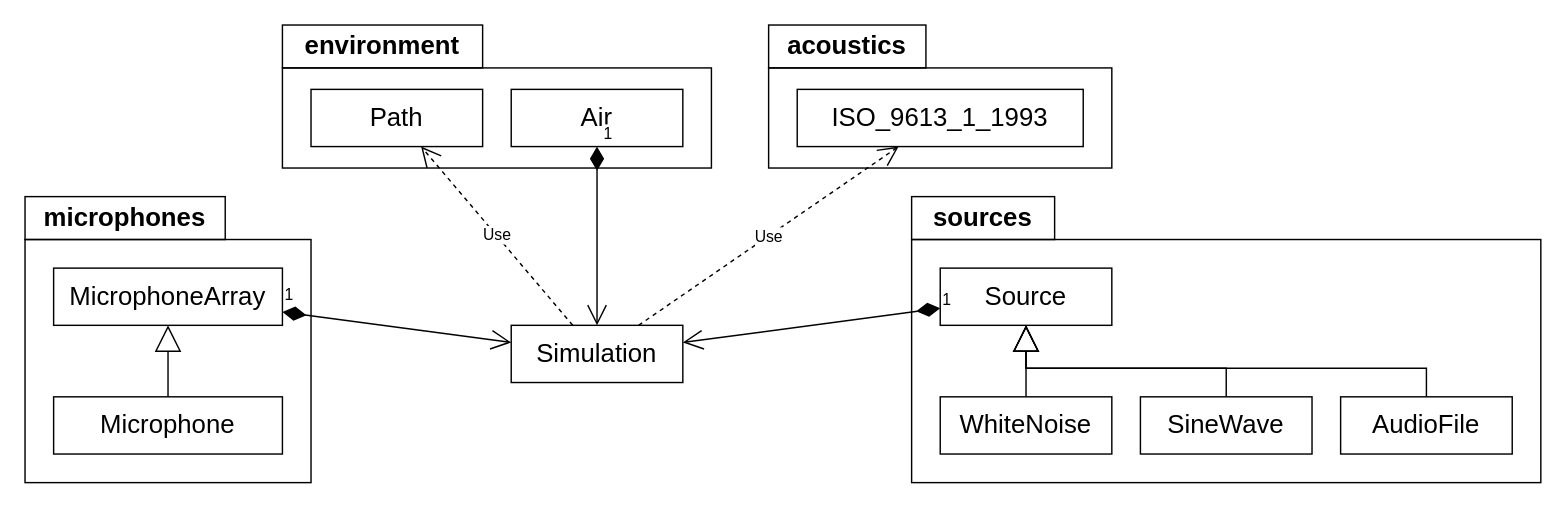
The draw.io diagram page "Copy of sim_diagram" (5 of 8) of docs/_static/Images.drawio in vlsi-nanocomputing/dynamic-sound, before the edit. Source tidied: cells renumbered, new cells numbered last; positions are measured from the earlier drawing's top-left corner, leaving out a move shared by most shapes. Both pictures are drawn from the tidied source at 143%, with x=0, y=0 at pixel (24, 24).
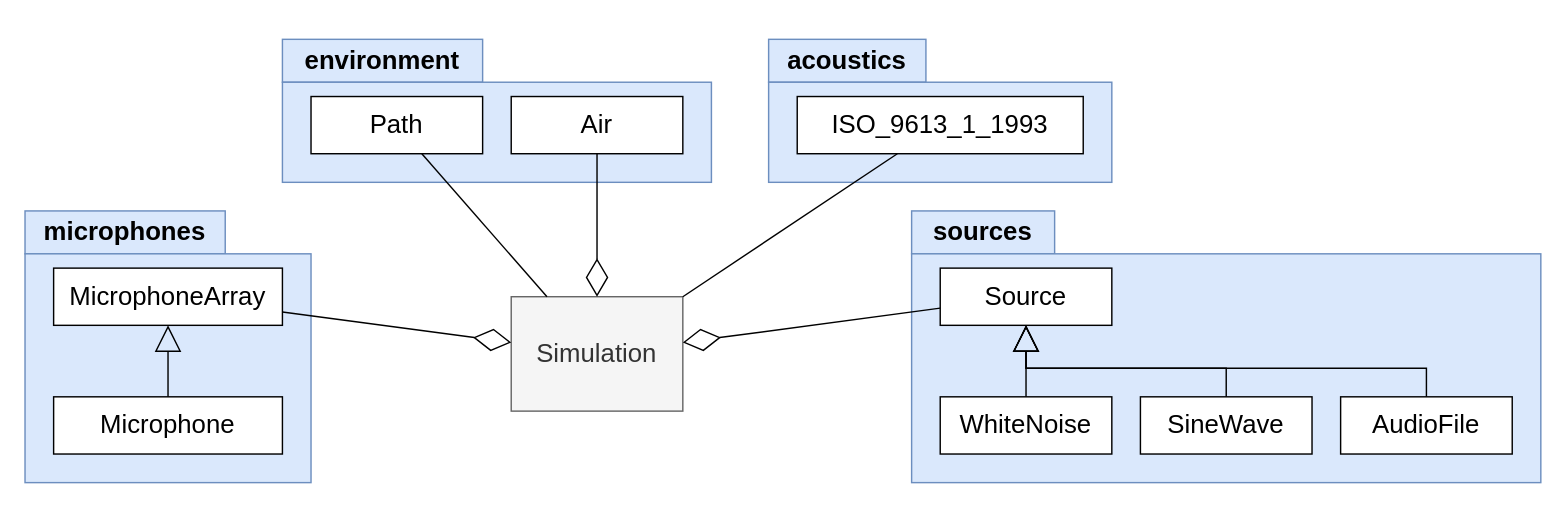
Above is the later version.

The change refers to these unchanged cells:
```xml
<mxCell id="13" value="Source" style="rounded=0;whiteSpace=wrap;html=1;fontSize=18;fontStyle=0;" parent="1" vertex="1">
  <mxGeometry x="640" y="170" width="120" height="40" as="geometry" />
</mxCell>
<mxCell id="19" value="MicrophoneArray" style="rounded=0;whiteSpace=wrap;html=1;fontSize=18;fontStyle=0;" parent="1" vertex="1">
  <mxGeometry x="20" y="170" width="160" height="40" as="geometry" />
</mxCell>
```

The edit, as a diff of the source:
```diff
@@
-    <mxCell id="2" value="environment" style="rounded=0;whiteSpace=wrap;html=1;fontSize=18;fontStyle=1;" parent="1" vertex="1">
-      <mxGeometry x="180" width="140" height="30" as="geometry" />
+    <mxCell id="2" value="environment" style="rounded=0;whiteSpace=wrap;html=1;fontSize=18;fontStyle=1;fillColor=#dae8fc;strokeColor=#6c8ebf;" parent="1" vertex="1">
+      <mxGeometry x="180" y="10" width="140" height="30" as="geometry" />
     </mxCell>
-    <mxCell id="3" style="rounded=0;whiteSpace=wrap;html=1;fontSize=18;fontStyle=1;fillColor=none;" parent="1" vertex="1">
-      <mxGeometry x="180" y="30" width="300" height="70" as="geometry" />
+    <mxCell id="3" style="rounded=0;whiteSpace=wrap;html=1;fontSize=18;fontStyle=1;fillColor=#dae8fc;strokeColor=#6c8ebf;" parent="1" vertex="1">
+      <mxGeometry x="180" y="40" width="300" height="70" as="geometry" />
     </mxCell>
-    <mxCell id="4" value="acoustics" style="rounded=0;whiteSpace=wrap;html=1;fontSize=18;fontStyle=1;" parent="1" vertex="1">
-      <mxGeometry x="520" width="110" height="30" as="geometry" />
+    <mxCell id="4" value="acoustics" style="rounded=0;whiteSpace=wrap;html=1;fontSize=18;fontStyle=1;fillColor=#dae8fc;strokeColor=#6c8ebf;" parent="1" vertex="1">
+      <mxGeometry x="520" y="10" width="110" height="30" as="geometry" />
     </mxCell>
-    <mxCell id="5" style="rounded=0;whiteSpace=wrap;html=1;fillColor=none;" parent="1" vertex="1">
-      <mxGeometry x="520" y="30" width="240" height="70" as="geometry" />
+    <mxCell id="5" style="rounded=0;whiteSpace=wrap;html=1;fillColor=#dae8fc;strokeColor=#6c8ebf;" parent="1" vertex="1">
+      <mxGeometry x="520" y="40" width="240" height="70" as="geometry" />
     </mxCell>
-    <mxCell id="6" value="microphones" style="rounded=0;whiteSpace=wrap;html=1;fontSize=18;fontStyle=1;" parent="1" vertex="1">
-      <mxGeometry y="120" width="140" height="30" as="geometry" />
+    <mxCell id="6" value="microphones" style="rounded=0;whiteSpace=wrap;html=1;fontSize=18;fontStyle=1;fillColor=#dae8fc;strokeColor=#6c8ebf;" parent="1" vertex="1">
+      <mxGeometry y="130" width="140" height="30" as="geometry" />
     </mxCell>
-    <mxCell id="7" style="rounded=0;whiteSpace=wrap;html=1;fillColor=none;" parent="1" vertex="1">
-      <mxGeometry y="150" width="200" height="170" as="geometry" />
+    <mxCell id="7" style="rounded=0;whiteSpace=wrap;html=1;fillColor=#dae8fc;strokeColor=#6c8ebf;" parent="1" vertex="1">
+      <mxGeometry y="160" width="200" height="160" as="geometry" />
     </mxCell>
-    <mxCell id="8" value="sources" style="rounded=0;whiteSpace=wrap;html=1;fontSize=18;fontStyle=1;" parent="1" vertex="1">
-      <mxGeometry x="620" y="120" width="100" height="30" as="geometry" />
+    <mxCell id="8" value="sources" style="rounded=0;whiteSpace=wrap;html=1;fontSize=18;fontStyle=1;fillColor=#dae8fc;strokeColor=#6c8ebf;" parent="1" vertex="1">
+      <mxGeometry x="620" y="130" width="100" height="30" as="geometry" />
     </mxCell>
-    <mxCell id="9" style="rounded=0;whiteSpace=wrap;html=1;fillColor=none;" parent="1" vertex="1">
-      <mxGeometry x="620" y="150" width="440" height="170" as="geometry" />
+    <mxCell id="9" style="rounded=0;whiteSpace=wrap;html=1;fillColor=#dae8fc;strokeColor=#6c8ebf;" parent="1" vertex="1">
+      <mxGeometry x="620" y="160" width="440" height="160" as="geometry" />
     </mxCell>
@@
-    <mxCell id="17" value="Simulation" style="rounded=0;whiteSpace=wrap;html=1;fontSize=18;fontStyle=0;" parent="1" vertex="1">
-      <mxGeometry x="340" y="210" width="120" height="40" as="geometry" />
+    <mxCell id="17" value="Simulation" style="rounded=0;whiteSpace=wrap;html=1;fontSize=18;fontStyle=0;fillColor=#f5f5f5;strokeColor=#666666;fontColor=#333333;" parent="1" vertex="1">
+      <mxGeometry x="340" y="190" width="120" height="80" as="geometry" />
     </mxCell>
@@
     <mxCell id="21" value="ISO_9613_1_1993" style="rounded=0;whiteSpace=wrap;html=1;fontSize=18;fontStyle=0;" parent="1" vertex="1">
-      <mxGeometry x="540" y="45" width="200" height="40" as="geometry" />
+      <mxGeometry x="540" y="50" width="200" height="40" as="geometry" />
     </mxCell>
     <mxCell id="22" value="Path" style="rounded=0;whiteSpace=wrap;html=1;fontSize=18;fontStyle=0;" parent="1" vertex="1">
-      <mxGeometry x="200" y="45" width="120" height="40" as="geometry" />
+      <mxGeometry x="200" y="50" width="120" height="40" as="geometry" />
     </mxCell>
     <mxCell id="23" value="Air" style="rounded=0;whiteSpace=wrap;html=1;fontSize=18;fontStyle=0;" parent="1" vertex="1">
-      <mxGeometry x="340" y="45" width="120" height="40" as="geometry" />
+      <mxGeometry x="340" y="50" width="120" height="40" as="geometry" />
     </mxCell>
-    <mxCell id="24" value="1" style="endArrow=open;html=1;endSize=12;startArrow=diamondThin;startSize=14;startFill=1;align=left;verticalAlign=bottom;rounded=0;" parent="1" edge="1" source="13" target="17">
-      <mxGeometry x="-1" y="3" relative="1" as="geometry" />
-    </mxCell>
-    <mxCell id="25" value="1" style="endArrow=open;html=1;endSize=12;startArrow=diamondThin;startSize=14;startFill=1;align=left;verticalAlign=bottom;rounded=0;" parent="1" edge="1" source="19" target="17">
-      <mxGeometry x="-1" y="3" relative="1" as="geometry" />
-    </mxCell>
-    <mxCell id="26" value="Use" style="endArrow=open;endSize=12;dashed=1;html=1;rounded=0;" parent="1" edge="1" source="17" target="21">
+    <mxCell id="26" style="endArrow=none;endSize=12;html=1;rounded=0;endFill=0;" parent="1" edge="1" source="17" target="21">
       <mxGeometry relative="1" as="geometry" />
     </mxCell>
-    <mxCell id="27" value="1" style="endArrow=open;html=1;endSize=12;startArrow=diamondThin;startSize=14;startFill=1;align=left;verticalAlign=bottom;rounded=0;" parent="1" edge="1" source="23" target="17">
-      <mxGeometry x="-1" y="3" relative="1" as="geometry" />
-    </mxCell>
-    <mxCell id="28" value="Use" style="endArrow=open;endSize=12;dashed=1;html=1;rounded=0;" parent="1" edge="1" source="17" target="22">
-      <mxGeometry relative="1" as="geometry" />
-    </mxCell>
+    <mxCell id="29" style="endArrow=none;startArrow=diamondThin;endFill=0;startFill=0;html=1;verticalAlign=bottom;labelBackgroundColor=none;strokeWidth=1;startSize=24;endSize=8;rounded=0;" parent="1" edge="1" source="17" target="19">
+      <mxGeometry relative="1" as="geometry" />
+    </mxCell>
+    <mxCell id="30" style="endArrow=none;startArrow=diamondThin;endFill=0;startFill=0;html=1;verticalAlign=bottom;labelBackgroundColor=none;strokeWidth=1;startSize=24;endSize=8;rounded=0;" parent="1" edge="1" source="17" target="13">
+      <mxGeometry relative="1" as="geometry" />
+    </mxCell>
+    <mxCell id="31" style="endArrow=none;startArrow=diamondThin;endFill=0;startFill=0;html=1;verticalAlign=bottom;labelBackgroundColor=none;strokeWidth=1;startSize=24;endSize=8;rounded=0;" parent="1" edge="1" source="17" target="23">
+      <mxGeometry relative="1" as="geometry" />
+    </mxCell>
+    <mxCell id="32" style="endArrow=none;endSize=12;html=1;rounded=0;endFill=0;" parent="1" edge="1" source="22" target="17">
+      <mxGeometry relative="1" as="geometry" />
+    </mxCell>
```
